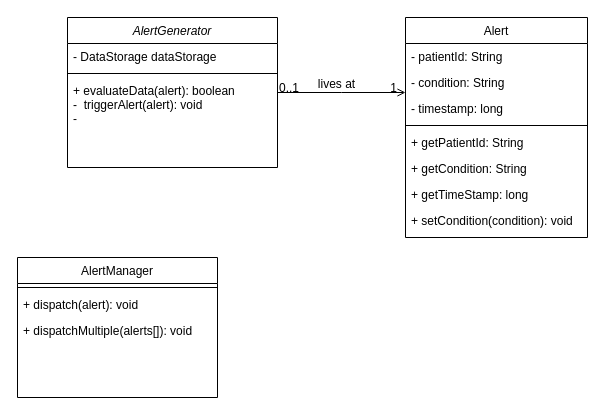
This is uml_models/AlertGenerator.drawio from msa46/signal_project, a draw.io file, before an edit. Source tidied: cells renumbered, new cells numbered last; positions are measured from the earlier drawing's top-left corner, leaving out a move shared by most shapes. Both pictures are drawn from the tidied source at 100%, with x=0, y=0 at pixel (17, 17).
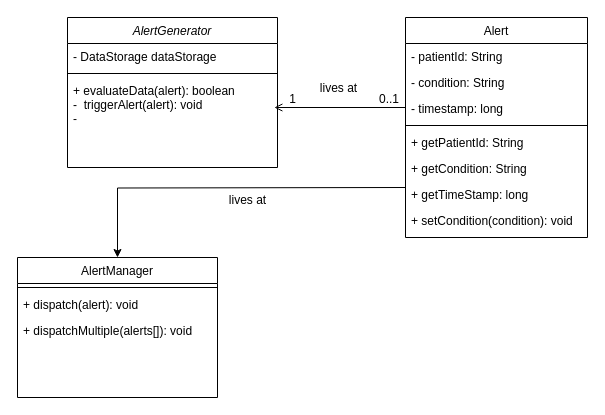
Above is the later version.

Unchanged cells that the change refers to:
```xml
<mxCell id="2" value="AlertGenerator" style="swimlane;fontStyle=2;align=center;verticalAlign=top;horizontal=1;startSize=26;rounded=0;shadow=0;strokeWidth=1;" parent="1" vertex="1">
  <mxGeometry x="50" width="210" height="150" as="geometry" />
</mxCell>
<mxCell id="5" value="+ evaluateData(alert): boolean&#10;-  triggerAlert(alert): void&#10;-&#10;&#10;" style="text;align=left;verticalAlign=top;spacingLeft=4;spacingRight=4;overflow=hidden;points=[[0,0.5],[1,0.5]];portConstraint=eastwest;" parent="2" vertex="1">
  <mxGeometry y="60" width="210" height="38" as="geometry" />
</mxCell>
<mxCell id="6" value="AlertManager" style="swimlane;fontStyle=0;align=center;verticalAlign=top;horizontal=1;startSize=26;rounded=0;shadow=0;strokeWidth=1;" parent="1" vertex="1">
  <mxGeometry y="240" width="200" height="140" as="geometry" />
</mxCell>
<mxCell id="10" value="Alert" style="swimlane;fontStyle=0;align=center;verticalAlign=top;horizontal=1;startSize=26;rounded=0;shadow=0;strokeWidth=1;" parent="1" vertex="1">
  <mxGeometry x="388" width="182" height="220" as="geometry" />
</mxCell>
<mxCell id="13" value="- timestamp: long" style="text;align=left;verticalAlign=top;spacingLeft=4;spacingRight=4;overflow=hidden;points=[[0,0.5],[1,0.5]];portConstraint=eastwest;rounded=0;shadow=0;html=0;" parent="10" vertex="1">
  <mxGeometry y="78" width="182" height="26" as="geometry" />
</mxCell>
```

The edit, as a diff of the source:
```diff
@@
+    <mxCell id="23" style="edgeStyle=orthogonalEdgeStyle;rounded=0;jettySize=auto;html=1;entryX=0.5;entryY=0;entryDx=0;entryDy=0;" parent="1" edge="1" target="6">
+      <mxGeometry relative="1" as="geometry">
+        <mxPoint x="388" y="170" as="sourcePoint" />
+      </mxGeometry>
+    </mxCell>
+    <mxCell id="24" value="lives at" style="text;html=1;align=center;verticalAlign=middle;strokeColor=none;fillColor=none;" parent="1" vertex="1">
+      <mxGeometry x="200" y="168" width="60" height="30" as="geometry" />
+    </mxCell>
-    <mxCell id="19" style="endArrow=open;shadow=0;strokeWidth=1;rounded=0;curved=0;endFill=1;edgeStyle=elbowEdgeStyle;elbow=vertical;" parent="1" edge="1" source="2" target="10">
+    <mxCell id="19" style="endArrow=open;shadow=0;strokeWidth=1;rounded=0;curved=0;endFill=1;edgeStyle=elbowEdgeStyle;elbow=vertical;exitX=0;exitY=0.5;exitDx=0;exitDy=0;entryX=0.985;entryY=0.789;entryDx=0;entryDy=0;entryPerimeter=0;" parent="1" edge="1" source="13" target="5">
       <mxGeometry x="0.5" y="41" relative="1" as="geometry">
         <mxPoint x="-40" y="32" as="offset" />
       </mxGeometry>
     </mxCell>
     <mxCell id="20" value="0..1" style="align=left;verticalAlign=bottom;labelBackgroundColor=none;fontSize=12;" parent="19" vertex="1">
       <mxGeometry x="-1" relative="1" as="geometry">
-        <mxPoint y="4" as="offset" />
+        <mxPoint x="-28" y="-1" as="offset" />
       </mxGeometry>
     </mxCell>
     <mxCell id="21" value="1" style="align=right;verticalAlign=bottom;labelBackgroundColor=none;fontSize=12;" parent="19" vertex="1">
       <mxGeometry x="1" relative="1" as="geometry">
-        <mxPoint x="-7" y="4" as="offset" />
+        <mxPoint x="23" as="offset" />
       </mxGeometry>
     </mxCell>
     <mxCell id="22" value="lives at" style="text;html=1;align=center;verticalAlign=middle;labelBackgroundColor=none;rounded=0;shadow=0;strokeWidth=1;fontSize=12;" parent="19" vertex="1">
       <mxGeometry x="0.5" y="49" relative="1" as="geometry">
-        <mxPoint x="-38" y="40" as="offset" />
+        <mxPoint x="30" y="-69" as="offset" />
       </mxGeometry>
     </mxCell>
```
